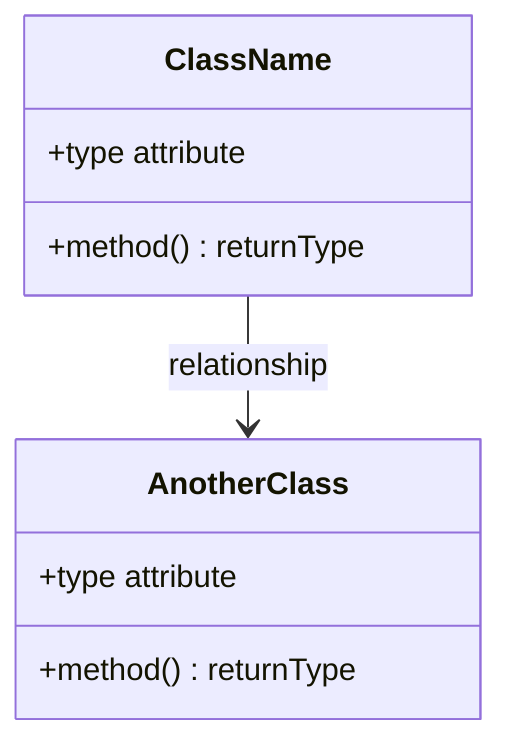
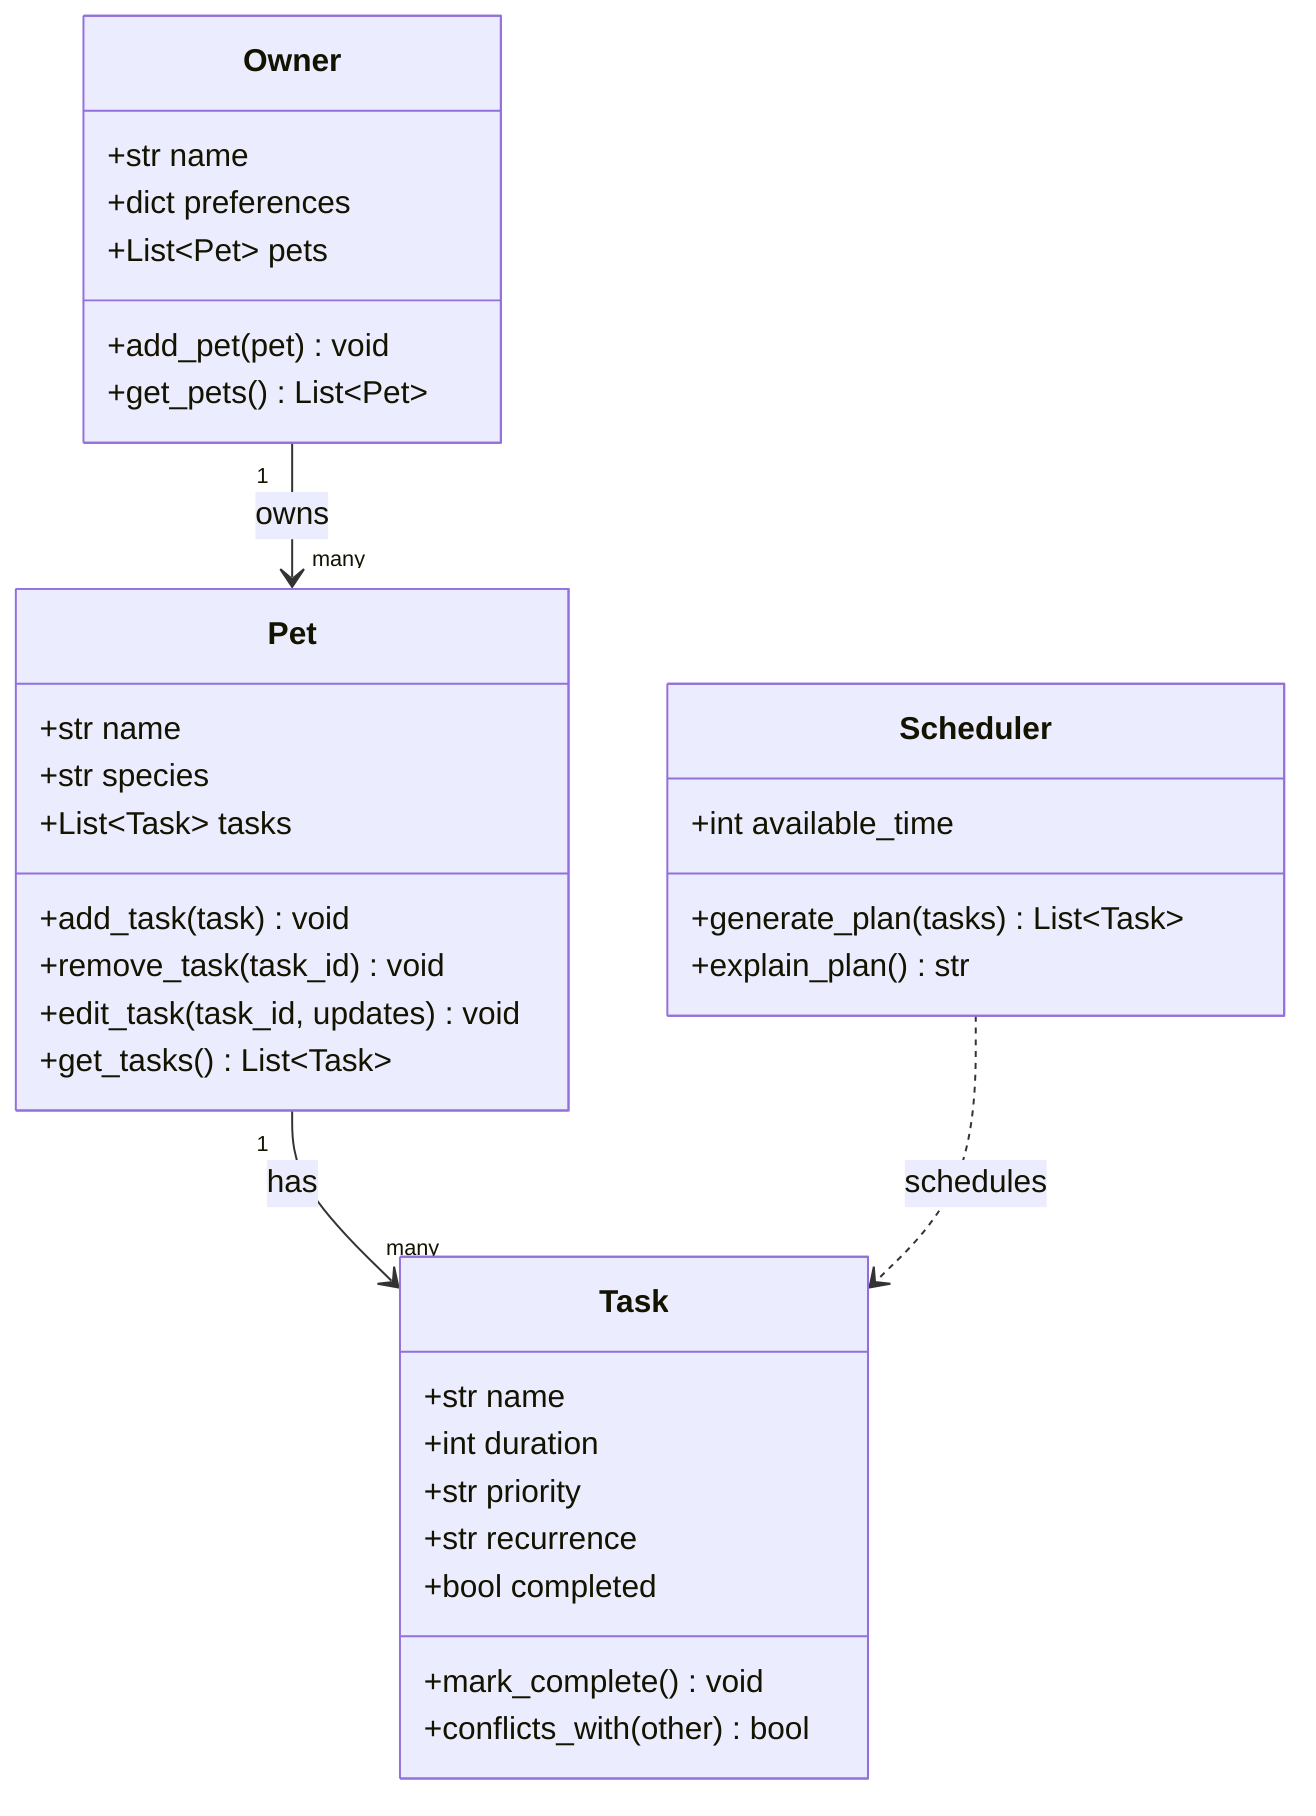
classDiagram
-     %% Replace the placeholders below with your actual classes, attributes, methods, and relationships.
-     %% Keep this file updated so it matches your final implementation.
- 
-     class ClassName {
-         +type attribute
-         +method() returnType
+     class Owner {
+         +str name
+         +dict preferences
+         +List~Pet~ pets
+         +add_pet(pet) void
+         +get_pets() List~Pet~
    }

-     class AnotherClass {
-         +type attribute
-         +method() returnType
+     class Pet {
+         +str name
+         +str species
+         +List~Task~ tasks
+         +add_task(task) void
+         +remove_task(task_id) void
+         +edit_task(task_id, updates) void
+         +get_tasks() List~Task~
    }

-     ClassName --> AnotherClass : relationship
+     class Task {
+         +str name
+         +int duration
+         +str priority
+         +str recurrence
+         +bool completed
+         +mark_complete() void
+         +conflicts_with(other) bool
+     }
+ 
+     class Scheduler {
+         +int available_time
+         +generate_plan(tasks) List~Task~
+         +explain_plan() str
+     }
+ 
+     Owner "1" --> "many" Pet : owns
+     Pet "1" --> "many" Task : has
+     Scheduler ..> Task : schedules
